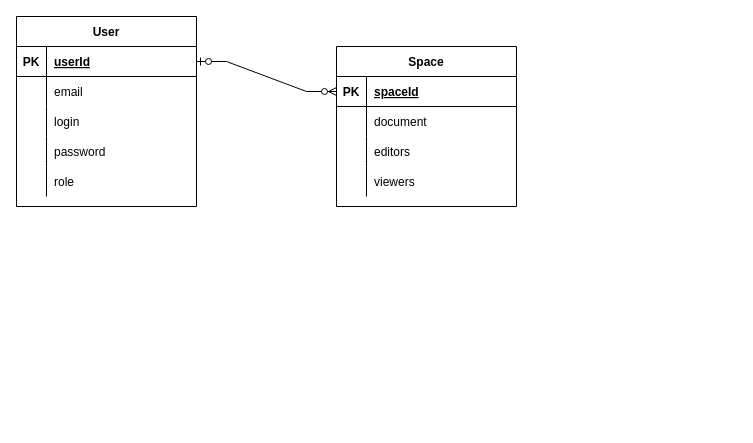
Fischerskii/shamal-notepad keeps this draw.io diagram as src/main/resources/templates/drawio/Entity_relation_diagram.drawio. Above is the earlier version. Source tidied: cells renumbered, new cells numbered last; positions are measured from the earlier drawing's top-left corner, leaving out a move shared by most shapes. Both pictures are drawn from the tidied source at 100%, with x=0, y=0 at pixel (16, 16).
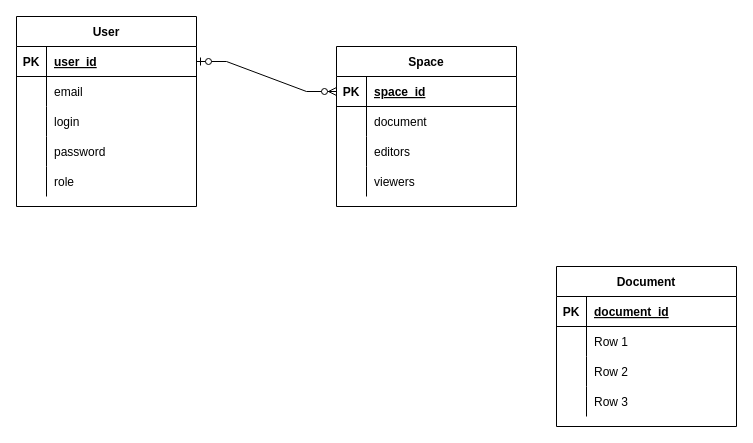
After the change.

Commit message (it also covers changes not shown here):
add space entity and other minor changes

Unchanged cells that the change refers to:
```xml
<mxCell id="3" style="shape=tableRow;horizontal=0;startSize=0;swimlaneHead=0;swimlaneBody=0;fillColor=none;points=[[0,0.5],[1,0.5]];portConstraint=eastwest;top=0;left=0;right=0;bottom=1;" parent="2" vertex="1">
  <mxGeometry y="30" width="180" height="30" as="geometry" />
</mxCell>
<mxCell id="19" style="shape=tableRow;horizontal=0;startSize=0;swimlaneHead=0;swimlaneBody=0;fillColor=none;points=[[0,0.5],[1,0.5]];portConstraint=eastwest;top=0;left=0;right=0;bottom=1;" parent="18" vertex="1">
  <mxGeometry y="30" width="180" height="30" as="geometry" />
</mxCell>
```

The edit, as a diff of the source:
```diff
@@
-    <mxCell id="5" value="userId" style="shape=partialRectangle;fillColor=none;top=0;left=0;bottom=0;right=0;align=left;spacingLeft=6;fontStyle=5;overflow=hidden;" parent="3" vertex="1">
+    <mxCell id="5" value="user_id" style="shape=partialRectangle;fillColor=none;top=0;left=0;bottom=0;right=0;align=left;spacingLeft=6;fontStyle=5;overflow=hidden;" parent="3" vertex="1">
       <mxGeometry x="30" width="150" height="30" as="geometry" />
     </mxCell>
@@
-    <mxCell id="21" value="spaceId" style="shape=partialRectangle;fillColor=none;top=0;left=0;bottom=0;right=0;align=left;spacingLeft=6;fontStyle=5;overflow=hidden;" parent="19" vertex="1">
+    <mxCell id="21" value="space_id" style="shape=partialRectangle;fillColor=none;top=0;left=0;bottom=0;right=0;align=left;spacingLeft=6;fontStyle=5;overflow=hidden;" parent="19" vertex="1">
       <mxGeometry x="30" width="150" height="30" as="geometry" />
     </mxCell>
@@
+    <mxCell id="32" value="Document" style="shape=table;startSize=30;childLayout=tableLayout;rowLines=0;fontStyle=1;align=center;" parent="1" vertex="1">
+      <mxGeometry x="540" y="250" width="180" height="160" as="geometry" />
+    </mxCell>
+    <mxCell id="33" style="shape=partialRectangle;fillColor=none;top=0;left=0;bottom=1;right=0;" parent="32" vertex="1">
+      <mxGeometry y="30" width="180" height="30" as="geometry" />
+    </mxCell>
+    <mxCell id="34" value="PK" style="shape=partialRectangle;fillColor=none;top=0;left=0;bottom=0;right=0;fontStyle=1;overflow=hidden;" parent="33" vertex="1">
+      <mxGeometry width="30" height="30" as="geometry" />
+    </mxCell>
+    <mxCell id="35" value="document_id" style="shape=partialRectangle;fillColor=none;top=0;left=0;bottom=0;right=0;align=left;spacingLeft=6;fontStyle=5;overflow=hidden;" parent="33" vertex="1">
+      <mxGeometry x="30" width="150" height="30" as="geometry" />
+    </mxCell>
+    <mxCell id="36" style="shape=partialRectangle;fillColor=none;top=0;left=0;bottom=0;right=0;" parent="32" vertex="1">
+      <mxGeometry y="60" width="180" height="30" as="geometry" />
+    </mxCell>
+    <mxCell id="37" style="shape=partialRectangle;fillColor=none;top=0;left=0;bottom=0;right=0;overflow=hidden;" parent="36" vertex="1">
+      <mxGeometry width="30" height="30" as="geometry" />
+    </mxCell>
+    <mxCell id="38" value="Row 1" style="shape=partialRectangle;fillColor=none;top=0;left=0;bottom=0;right=0;align=left;spacingLeft=6;overflow=hidden;" parent="36" vertex="1">
+      <mxGeometry x="30" width="150" height="30" as="geometry" />
+    </mxCell>
+    <mxCell id="39" style="shape=partialRectangle;fillColor=none;top=0;left=0;bottom=0;right=0;" parent="32" vertex="1">
+      <mxGeometry y="90" width="180" height="30" as="geometry" />
+    </mxCell>
+    <mxCell id="40" style="shape=partialRectangle;fillColor=none;top=0;left=0;bottom=0;right=0;overflow=hidden;" parent="39" vertex="1">
+      <mxGeometry width="30" height="30" as="geometry" />
+    </mxCell>
+    <mxCell id="41" value="Row 2" style="shape=partialRectangle;fillColor=none;top=0;left=0;bottom=0;right=0;align=left;spacingLeft=6;overflow=hidden;" parent="39" vertex="1">
+      <mxGeometry x="30" width="150" height="30" as="geometry" />
+    </mxCell>
+    <mxCell id="42" style="shape=partialRectangle;fillColor=none;top=0;left=0;bottom=0;right=0;" parent="32" vertex="1">
+      <mxGeometry y="120" width="180" height="30" as="geometry" />
+    </mxCell>
+    <mxCell id="43" style="shape=partialRectangle;fillColor=none;top=0;left=0;bottom=0;right=0;overflow=hidden;" parent="42" vertex="1">
+      <mxGeometry width="30" height="30" as="geometry" />
+    </mxCell>
+    <mxCell id="44" value="Row 3" style="shape=partialRectangle;fillColor=none;top=0;left=0;bottom=0;right=0;align=left;spacingLeft=6;overflow=hidden;" parent="42" vertex="1">
+      <mxGeometry x="30" width="150" height="30" as="geometry" />
+    </mxCell>
```
